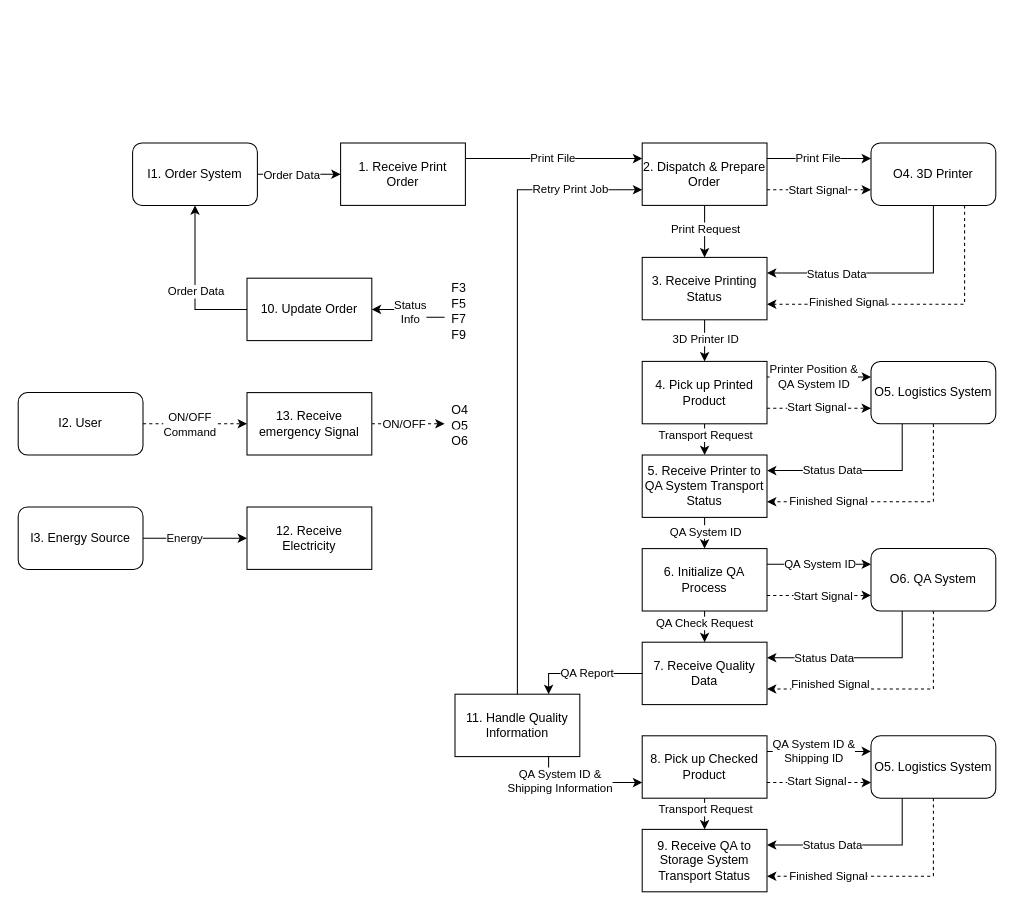
The draw.io diagram diagrams/MES_FBD.drawio in SystemEngineeringWS24-25/3d-printing-production-system, before the edit. Source tidied: cells renumbered, new cells numbered last; positions are measured from the earlier drawing's top-left corner, leaving out a move shared by most shapes. Both pictures are drawn from the tidied source at 104%, with x=0, y=0 at pixel (18, 142).
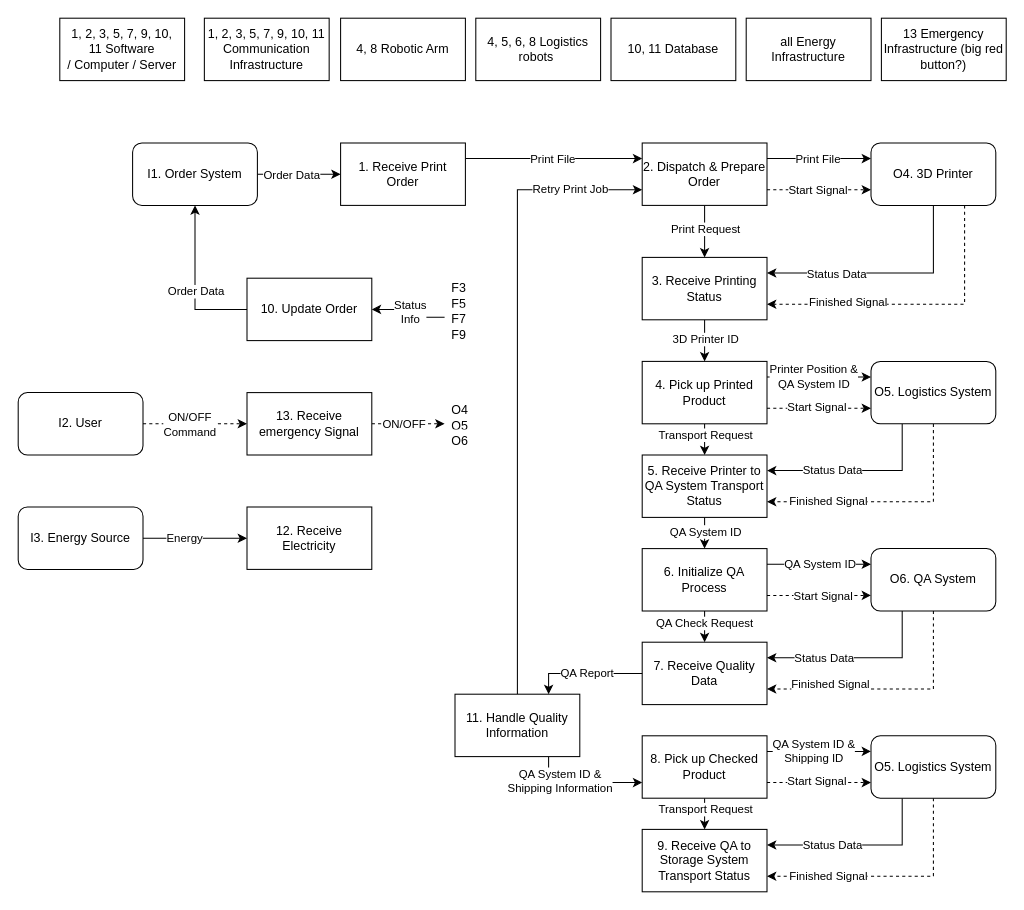
Above is the later version.

Diff of the diagram source:
```diff
@@
+    <mxCell id="101" value="1, 2, 3&lt;span style=&quot;background-color: initial;&quot;&gt;, 5, 7, 9, 10, 11&lt;/span&gt;&lt;span style=&quot;background-color: initial;&quot;&gt;&amp;nbsp;Software /&amp;nbsp;&lt;/span&gt;&lt;span style=&quot;background-color: initial;&quot;&gt;Computer / Server&lt;/span&gt;" style="rounded=0;whiteSpace=wrap;html=1;" parent="1" vertex="1">
+      <mxGeometry x="40" y="-120" width="120" height="60" as="geometry" />
+    </mxCell>
+    <mxCell id="102" value="1, 2, 3, 5, 7, 9, 10, 11 Communication Infrastructure" style="rounded=0;whiteSpace=wrap;html=1;" parent="1" vertex="1">
+      <mxGeometry x="179" y="-120" width="120" height="60" as="geometry" />
+    </mxCell>
+    <mxCell id="103" value="4, 8 Robotic Arm" style="rounded=0;whiteSpace=wrap;html=1;" parent="1" vertex="1">
+      <mxGeometry x="310" y="-120" width="120" height="60" as="geometry" />
+    </mxCell>
+    <mxCell id="104" value="4, 5, 6, 8 Logistics robots&amp;nbsp;" style="rounded=0;whiteSpace=wrap;html=1;" parent="1" vertex="1">
+      <mxGeometry x="440" y="-120" width="120" height="60" as="geometry" />
+    </mxCell>
+    <mxCell id="105" value="10, 11 Database" style="rounded=0;whiteSpace=wrap;html=1;" parent="1" vertex="1">
+      <mxGeometry x="570" y="-120" width="120" height="60" as="geometry" />
+    </mxCell>
+    <mxCell id="106" value="all&amp;nbsp;Energy Infrastructure" style="rounded=0;whiteSpace=wrap;html=1;" parent="1" vertex="1">
+      <mxGeometry x="700" y="-120" width="120" height="60" as="geometry" />
+    </mxCell>
+    <mxCell id="107" value="13 Emergency Infrastructure (big red button?)" style="rounded=0;whiteSpace=wrap;html=1;" parent="1" vertex="1">
+      <mxGeometry x="830" y="-120" width="120" height="60" as="geometry" />
+    </mxCell>
```
